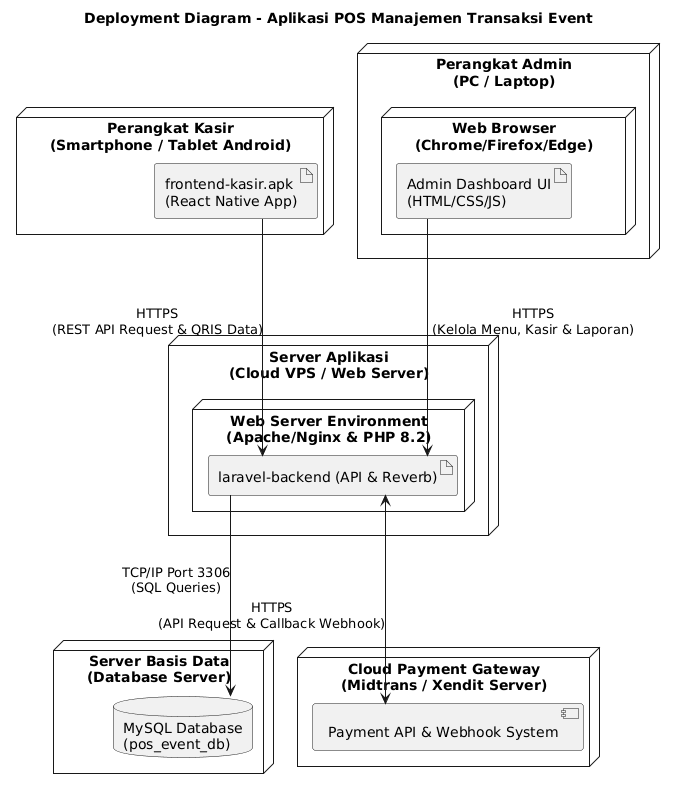
This is Dokumen/Deployment Diagram.png from ikoks/Pengembangan-Aplikasi-Point-Of-Sale-untuk-Event, a PlantUML export, as it was before one commit. Source of this version:
```plantuml
@startuml
skinparam monochrome true
skinparam shadowing false
skinparam linetype ortho
skinparam packageStyle node
skinparam nodesep 60
skinparam ranksep 100

title Deployment Diagram - Aplikasi POS Manajemen Transaksi Event

together {
    node "Perangkat Kasir\n(Smartphone / Tablet Android)" as AndroidDevice {
        artifact "frontend-kasir.apk\n(React Native App)" as KasirAPK
    }

    node "Perangkat Admin\n(PC / Laptop)" as AdminPC {
        node "Web Browser\n(Chrome/Firefox/Edge)" as Browser {
            artifact "Admin Dashboard UI\n(HTML/CSS/JS)" as AdminWeb
        }
    }
}

node "Server Aplikasi\n(Cloud VPS / Web Server)" as AppServer {
    node "Web Server Environment\n(Apache/Nginx & PHP 8.2)" as ServerEnv {
        artifact "laravel-backend (API & Reverb)" as LaravelAPI
    }
}

together {
    node "Server Basis Data\n(Database Server)" as DBServer {
        database "MySQL Database\n(pos_event_db)" as MySQLDB
    }

    node "Cloud Payment Gateway\n(Midtrans / Xendit Server)" as PaymentGateway {
        component "Payment API & Webhook System" as GatewayAPI
    }
}


KasirAPK ---> LaravelAPI : " HTTPS\n (REST API Request & QRIS Data)"
AdminWeb ---> LaravelAPI : " HTTPS\n (Kelola Menu, Kasir & Laporan)"

LaravelAPI ---> MySQLDB : " TCP/IP Port 3306\n (SQL Queries)"
LaravelAPI <---> GatewayAPI : " HTTPS\n (API Request & Callback Webhook)"
@enduml
```
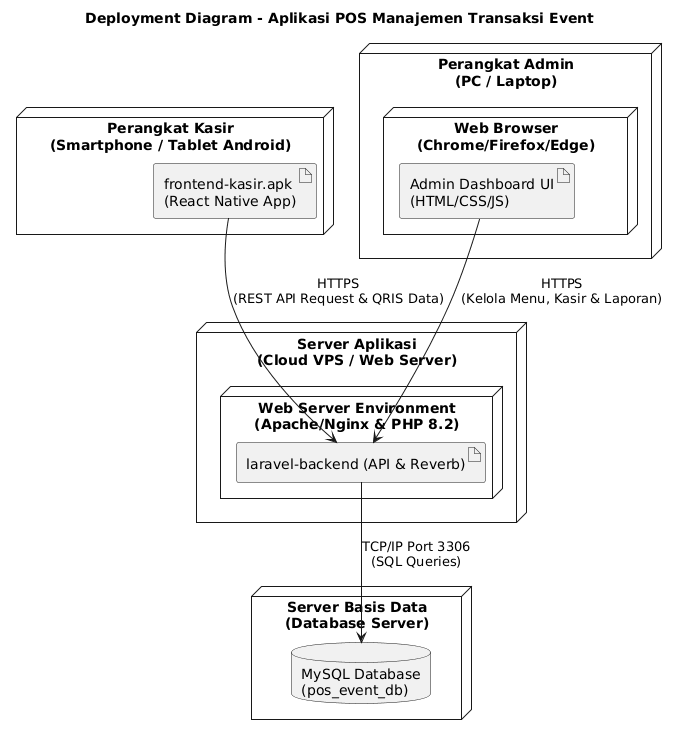
Above is the later version.

What changed in the source:
```diff
@@ -1,45 +1,30 @@
 @startuml
-skinparam monochrome true
-skinparam shadowing false
-skinparam linetype ortho
-skinparam packageStyle node
-skinparam nodesep 60
-skinparam ranksep 100
-
 title Deployment Diagram - Aplikasi POS Manajemen Transaksi Event
 
-together {
-    node "Perangkat Kasir\n(Smartphone / Tablet Android)" as AndroidDevice {
-        artifact "frontend-kasir.apk\n(React Native App)" as KasirAPK
-    }
+skinparam componentStyle uml2
+skinparam packageStyle rectangle
 
-    node "Perangkat Admin\n(PC / Laptop)" as AdminPC {
-        node "Web Browser\n(Chrome/Firefox/Edge)" as Browser {
-            artifact "Admin Dashboard UI\n(HTML/CSS/JS)" as AdminWeb
-        }
+node "Perangkat Kasir\n(Smartphone / Tablet Android)" as kasir_device {
+    artifact "frontend-kasir.apk\n(React Native App)" as kasir_app
+}
+
+node "Perangkat Admin\n(PC / Laptop)" as admin_device {
+    node "Web Browser\n(Chrome/Firefox/Edge)" as browser {
+        artifact "Admin Dashboard UI\n(HTML/CSS/JS)" as admin_ui
     }
 }
 
-node "Server Aplikasi\n(Cloud VPS / Web Server)" as AppServer {
-    node "Web Server Environment\n(Apache/Nginx & PHP 8.2)" as ServerEnv {
-        artifact "laravel-backend (API & Reverb)" as LaravelAPI
+node "Server Aplikasi\n(Cloud VPS / Web Server)" as app_server {
+    node "Web Server Environment\n(Apache/Nginx & PHP 8.2)" as web_env {
+        artifact "laravel-backend (API & Reverb)" as backend
     }
 }
 
-together {
-    node "Server Basis Data\n(Database Server)" as DBServer {
-        database "MySQL Database\n(pos_event_db)" as MySQLDB
-    }
-
-    node "Cloud Payment Gateway\n(Midtrans / Xendit Server)" as PaymentGateway {
-        component "Payment API & Webhook System" as GatewayAPI
-    }
+node "Server Basis Data\n(Database Server)" as db_server {
+    database "MySQL Database\n(pos_event_db)" as db
 }
 
-
-KasirAPK ---> LaravelAPI : " HTTPS\n (REST API Request & QRIS Data)"
-AdminWeb ---> LaravelAPI : " HTTPS\n (Kelola Menu, Kasir & Laporan)"
-
-LaravelAPI ---> MySQLDB : " TCP/IP Port 3306\n (SQL Queries)"
-LaravelAPI <---> GatewayAPI : " HTTPS\n (API Request & Callback Webhook)"
+kasir_app --> backend : HTTPS\n(REST API Request & QRIS Data)
+admin_ui --> backend : HTTPS\n(Kelola Menu, Kasir & Laporan)
+backend --> db : TCP/IP Port 3306\n(SQL Queries)
 @enduml
```
